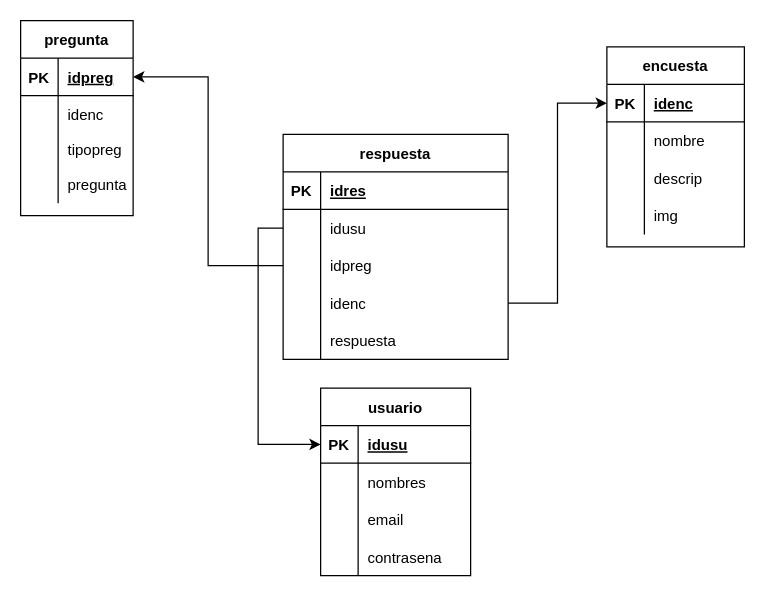
The draw.io diagram MER.drawio in EdisonBernal/app-encuesta, before the edit. Source tidied: cells renumbered, new cells numbered last; positions are measured from the earlier drawing's top-left corner, leaving out a move shared by most shapes. Both pictures are drawn from the tidied source at 125%, with x=0, y=0 at pixel (20, 20).
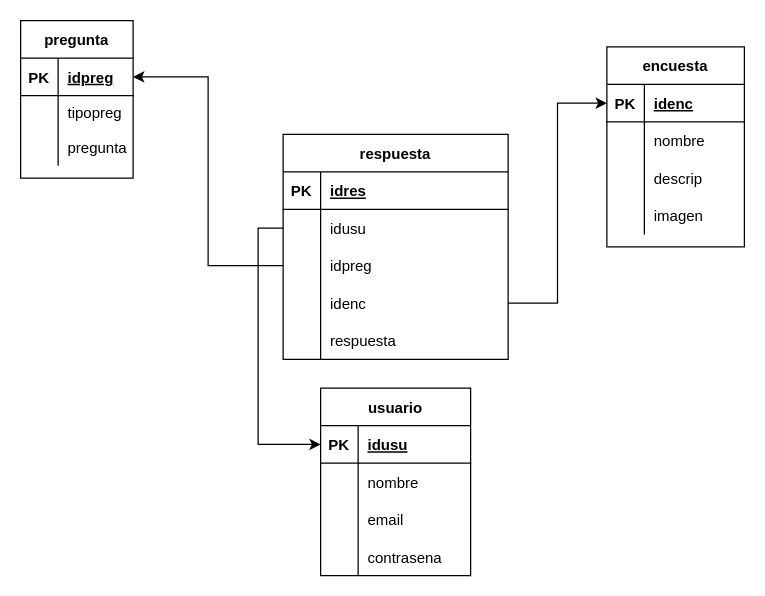
The same page after the edit.

Commit message (it also covers changes not shown here):
se corrige la tabla pregunta

The change refers to these unchanged cells:
```xml
<mxCell id="6" style="shape=partialRectangle;fillColor=none;top=0;left=0;bottom=0;right=0;" parent="2" vertex="1">
  <mxGeometry y="60" width="120" height="30" as="geometry" />
</mxCell>
<mxCell id="25" style="shape=partialRectangle;fillColor=none;top=0;left=0;bottom=0;right=0;" parent="15" vertex="1">
  <mxGeometry y="120" width="110" height="30" as="geometry" />
</mxCell>
```

Change to the diagram source:
```diff
@@
-    <mxCell id="8" value="nombres" style="shape=partialRectangle;fillColor=none;top=0;left=0;bottom=0;right=0;align=left;spacingLeft=6;overflow=hidden;" parent="6" vertex="1">
+    <mxCell id="8" value="nombre" style="shape=partialRectangle;fillColor=none;top=0;left=0;bottom=0;right=0;align=left;spacingLeft=6;overflow=hidden;" parent="6" vertex="1">
       <mxGeometry x="30" width="90" height="30" as="geometry" />
     </mxCell>
@@
-    <mxCell id="27" value="img" style="shape=partialRectangle;fillColor=none;top=0;left=0;bottom=0;right=0;align=left;spacingLeft=6;overflow=hidden;" parent="25" vertex="1">
+    <mxCell id="27" value="imagen" style="shape=partialRectangle;fillColor=none;top=0;left=0;bottom=0;right=0;align=left;spacingLeft=6;overflow=hidden;" parent="25" vertex="1">
       <mxGeometry x="30" width="80" height="30" as="geometry" />
     </mxCell>
     <mxCell id="28" value="pregunta" style="shape=table;startSize=30;childLayout=tableLayout;rowLines=0;fontStyle=1;align=center;" parent="1" vertex="1">
-      <mxGeometry width="90" height="156" as="geometry" />
+      <mxGeometry width="90" height="126" as="geometry" />
     </mxCell>
@@
-    <mxCell id="32" style="shape=partialRectangle;fillColor=none;top=0;left=0;bottom=0;right=0;" parent="28" vertex="1">
-      <mxGeometry y="60" width="90" height="30" as="geometry" />
-    </mxCell>
-    <mxCell id="33" style="shape=partialRectangle;fillColor=none;top=0;left=0;bottom=0;right=0;overflow=hidden;" parent="32" vertex="1">
-      <mxGeometry width="30" height="30" as="geometry" />
-    </mxCell>
-    <mxCell id="34" value="idenc" style="shape=partialRectangle;fillColor=none;top=0;left=0;bottom=0;right=0;align=left;spacingLeft=6;overflow=hidden;" parent="32" vertex="1">
-      <mxGeometry x="30" width="60" height="30" as="geometry" />
-    </mxCell>
     <mxCell id="35" style="shape=partialRectangle;fillColor=none;top=0;left=0;bottom=0;right=0;" parent="28" vertex="1">
-      <mxGeometry y="90" width="90" height="26" as="geometry" />
+      <mxGeometry y="60" width="90" height="26" as="geometry" />
     </mxCell>
@@
     <mxCell id="38" style="shape=partialRectangle;fillColor=none;top=0;left=0;bottom=0;right=0;" parent="28" vertex="1">
-      <mxGeometry y="116" width="90" height="30" as="geometry" />
+      <mxGeometry y="86" width="90" height="30" as="geometry" />
     </mxCell>
```
